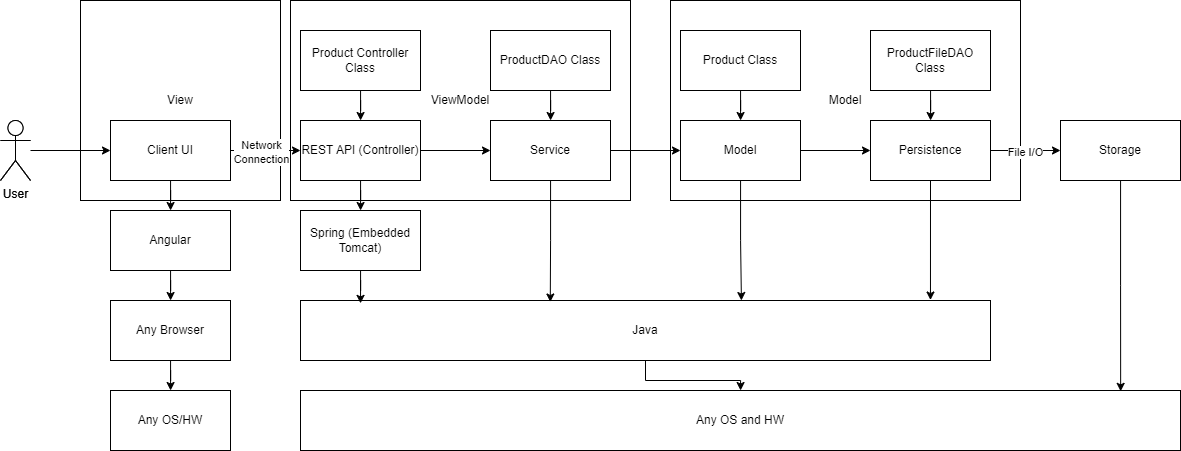
This is docs/architecture-tiers-and-layers.png from JJB8223/ShakeAndPour, a draw.io export, as it was before one commit. Source tidied: cells renumbered, new cells last; positions are measured from the earlier drawing's top-left corner, leaving out a move shared by most shapes. Its diagram source:
```xml
<mxGraphModel>
  <root>
    <mxCell id="0" />
    <mxCell id="1" parent="0" />
    <mxCell id="2" value="Model" style="rounded=0;whiteSpace=wrap;html=1;" parent="1" vertex="1">
      <mxGeometry x="670" width="350" height="200" as="geometry" />
    </mxCell>
    <mxCell id="3" value="ViewModel" style="rounded=0;whiteSpace=wrap;html=1;" parent="1" vertex="1">
      <mxGeometry x="290" width="340" height="200" as="geometry" />
    </mxCell>
    <mxCell id="4" value="View" style="whiteSpace=wrap;html=1;" parent="1" vertex="1">
      <mxGeometry x="80" width="200" height="200" as="geometry" />
    </mxCell>
    <mxCell id="5" value="Client UI" style="rounded=0;whiteSpace=wrap;html=1;" parent="1" vertex="1">
      <mxGeometry x="110" y="120" width="120" height="60" as="geometry" />
    </mxCell>
    <mxCell id="6" style="edgeStyle=orthogonalEdgeStyle;rounded=0;jettySize=auto;html=1;" parent="1" edge="1" source="7" target="9">
      <mxGeometry relative="1" as="geometry" />
    </mxCell>
    <mxCell id="7" value="Angular" style="rounded=0;whiteSpace=wrap;html=1;" parent="1" vertex="1">
      <mxGeometry x="110" y="210" width="120" height="60" as="geometry" />
    </mxCell>
    <mxCell id="8" style="edgeStyle=orthogonalEdgeStyle;rounded=0;jettySize=auto;html=1;" parent="1" edge="1" source="9" target="10">
      <mxGeometry relative="1" as="geometry" />
    </mxCell>
    <mxCell id="9" value="Any Browser" style="rounded=0;whiteSpace=wrap;html=1;" parent="1" vertex="1">
      <mxGeometry x="110" y="300" width="120" height="60" as="geometry" />
    </mxCell>
    <mxCell id="10" value="Any OS/HW" style="rounded=0;whiteSpace=wrap;html=1;" parent="1" vertex="1">
      <mxGeometry x="110" y="390" width="120" height="60" as="geometry" />
    </mxCell>
    <mxCell id="11" style="edgeStyle=orthogonalEdgeStyle;rounded=0;jettySize=auto;html=1;" parent="1" edge="1" source="13" target="14">
      <mxGeometry relative="1" as="geometry" />
    </mxCell>
    <mxCell id="12" style="edgeStyle=orthogonalEdgeStyle;rounded=0;jettySize=auto;html=1;" parent="1" edge="1" source="13" target="18">
      <mxGeometry relative="1" as="geometry" />
    </mxCell>
    <mxCell id="13" value="REST API (Controller)" style="rounded=0;whiteSpace=wrap;html=1;" parent="1" vertex="1">
      <mxGeometry x="300" y="120" width="120" height="60" as="geometry" />
    </mxCell>
    <mxCell id="14" value="Spring (Embedded Tomcat)" style="rounded=0;whiteSpace=wrap;html=1;" parent="1" vertex="1">
      <mxGeometry x="300" y="210" width="120" height="60" as="geometry" />
    </mxCell>
    <mxCell id="15" style="edgeStyle=orthogonalEdgeStyle;rounded=0;jettySize=auto;html=1;" parent="1" edge="1" source="16" target="5">
      <mxGeometry relative="1" as="geometry" />
    </mxCell>
    <mxCell id="16" value="User" style="shape=umlActor;verticalLabelPosition=bottom;verticalAlign=top;html=1;outlineConnect=0;" parent="1" vertex="1">
      <mxGeometry y="120" width="30" height="60" as="geometry" />
    </mxCell>
    <mxCell id="17" style="edgeStyle=orthogonalEdgeStyle;rounded=0;jettySize=auto;html=1;" parent="1" edge="1" source="18" target="22">
      <mxGeometry relative="1" as="geometry" />
    </mxCell>
    <mxCell id="18" value="Service" style="rounded=0;whiteSpace=wrap;html=1;" parent="1" vertex="1">
      <mxGeometry x="490" y="120" width="120" height="60" as="geometry" />
    </mxCell>
    <mxCell id="19" style="edgeStyle=orthogonalEdgeStyle;rounded=0;jettySize=auto;html=1;" parent="1" edge="1" source="20" target="29">
      <mxGeometry relative="1" as="geometry" />
    </mxCell>
    <mxCell id="20" value="Java" style="rounded=0;whiteSpace=wrap;html=1;" parent="1" vertex="1">
      <mxGeometry x="300" y="300" width="690" height="60" as="geometry" />
    </mxCell>
    <mxCell id="21" style="edgeStyle=orthogonalEdgeStyle;rounded=0;jettySize=auto;html=1;" parent="1" edge="1" source="22" target="25">
      <mxGeometry relative="1" as="geometry" />
    </mxCell>
    <mxCell id="22" value="Model" style="rounded=0;whiteSpace=wrap;html=1;" parent="1" vertex="1">
      <mxGeometry x="680" y="120" width="120" height="60" as="geometry" />
    </mxCell>
    <mxCell id="23" style="edgeStyle=orthogonalEdgeStyle;rounded=0;jettySize=auto;html=1;" parent="1" edge="1" source="25" target="28">
      <mxGeometry relative="1" as="geometry" />
    </mxCell>
    <mxCell id="24" value="File I/O" style="edgeLabel;html=1;align=center;verticalAlign=middle;" parent="23" vertex="1">
      <mxGeometry y="-1" relative="1" as="geometry" />
    </mxCell>
    <mxCell id="25" value="Persistence" style="rounded=0;whiteSpace=wrap;html=1;" parent="1" vertex="1">
      <mxGeometry x="870" y="120" width="120" height="60" as="geometry" />
    </mxCell>
    <mxCell id="26" value="User" style="shape=umlActor;verticalLabelPosition=bottom;verticalAlign=top;html=1;" parent="1" vertex="1">
      <mxGeometry y="120" width="30" height="60" as="geometry" />
    </mxCell>
    <mxCell id="27" value="Client UI" style="rounded=0;whiteSpace=wrap;html=1;" parent="1" vertex="1">
      <mxGeometry x="110" y="120" width="120" height="60" as="geometry" />
    </mxCell>
    <mxCell id="28" value="Storage" style="rounded=0;whiteSpace=wrap;html=1;" parent="1" vertex="1">
      <mxGeometry x="1060" y="120" width="120" height="60" as="geometry" />
    </mxCell>
    <mxCell id="29" value="Any OS and HW" style="rounded=0;whiteSpace=wrap;html=1;" parent="1" vertex="1">
      <mxGeometry x="300" y="390" width="880" height="60" as="geometry" />
    </mxCell>
    <mxCell id="30" style="edgeStyle=orthogonalEdgeStyle;rounded=0;jettySize=auto;html=1;entryX=0.932;entryY=0.014;entryDx=0;entryDy=0;entryPerimeter=0;" parent="1" edge="1" source="28" target="29">
      <mxGeometry relative="1" as="geometry" />
    </mxCell>
    <mxCell id="31" style="edgeStyle=orthogonalEdgeStyle;rounded=0;jettySize=auto;html=1;" parent="1" edge="1" source="27" target="13">
      <mxGeometry relative="1" as="geometry" />
    </mxCell>
    <mxCell id="32" value="Network&lt;br&gt;Connection" style="edgeLabel;html=1;align=center;verticalAlign=middle;" parent="31" vertex="1">
      <mxGeometry x="-0.11" y="-1" relative="1" as="geometry" />
    </mxCell>
    <mxCell id="33" style="edgeStyle=orthogonalEdgeStyle;rounded=0;jettySize=auto;html=1;" parent="1" edge="1" source="27" target="7">
      <mxGeometry relative="1" as="geometry" />
    </mxCell>
    <mxCell id="34" style="edgeStyle=orthogonalEdgeStyle;rounded=0;jettySize=auto;html=1;entryX=0.087;entryY=0.048;entryDx=0;entryDy=0;entryPerimeter=0;" parent="1" edge="1" source="14" target="20">
      <mxGeometry relative="1" as="geometry" />
    </mxCell>
    <mxCell id="35" style="edgeStyle=orthogonalEdgeStyle;rounded=0;jettySize=auto;html=1;exitX=0.5;exitY=1;exitDx=0;exitDy=0;entryX=0.913;entryY=-0.008;entryDx=0;entryDy=0;entryPerimeter=0;" parent="1" edge="1" source="25" target="20">
      <mxGeometry relative="1" as="geometry" />
    </mxCell>
    <mxCell id="36" style="edgeStyle=orthogonalEdgeStyle;rounded=0;jettySize=auto;html=1;entryX=0.362;entryY=0.025;entryDx=0;entryDy=0;entryPerimeter=0;" parent="1" edge="1" source="18" target="20">
      <mxGeometry relative="1" as="geometry" />
    </mxCell>
    <mxCell id="37" style="edgeStyle=orthogonalEdgeStyle;rounded=0;jettySize=auto;html=1;entryX=0.639;entryY=0;entryDx=0;entryDy=0;entryPerimeter=0;" parent="1" edge="1" source="22" target="20">
      <mxGeometry relative="1" as="geometry" />
    </mxCell>
    <mxCell id="38" style="edgeStyle=orthogonalEdgeStyle;rounded=0;jettySize=auto;html=1;" parent="1" edge="1" source="39" target="13">
      <mxGeometry relative="1" as="geometry" />
    </mxCell>
    <mxCell id="39" value="Product Controller Class" style="rounded=0;whiteSpace=wrap;html=1;" parent="1" vertex="1">
      <mxGeometry x="300" y="30" width="120" height="60" as="geometry" />
    </mxCell>
    <mxCell id="40" style="edgeStyle=orthogonalEdgeStyle;rounded=0;jettySize=auto;html=1;" parent="1" edge="1" source="41" target="22">
      <mxGeometry relative="1" as="geometry" />
    </mxCell>
    <mxCell id="41" value="Product Class" style="rounded=0;whiteSpace=wrap;html=1;" parent="1" vertex="1">
      <mxGeometry x="680" y="30" width="120" height="60" as="geometry" />
    </mxCell>
    <mxCell id="42" style="edgeStyle=orthogonalEdgeStyle;rounded=0;jettySize=auto;html=1;" parent="1" edge="1" source="43" target="25">
      <mxGeometry relative="1" as="geometry" />
    </mxCell>
    <mxCell id="43" value="ProductFileDAO Class" style="rounded=0;whiteSpace=wrap;html=1;" parent="1" vertex="1">
      <mxGeometry x="870" y="30" width="120" height="60" as="geometry" />
    </mxCell>
    <mxCell id="44" style="edgeStyle=orthogonalEdgeStyle;rounded=0;jettySize=auto;html=1;" parent="1" edge="1" source="45" target="18">
      <mxGeometry relative="1" as="geometry" />
    </mxCell>
    <mxCell id="45" value="ProductDAO Class" style="rounded=0;whiteSpace=wrap;html=1;" parent="1" vertex="1">
      <mxGeometry x="490" y="30" width="120" height="60" as="geometry" />
    </mxCell>
  </root>
</mxGraphModel>
```
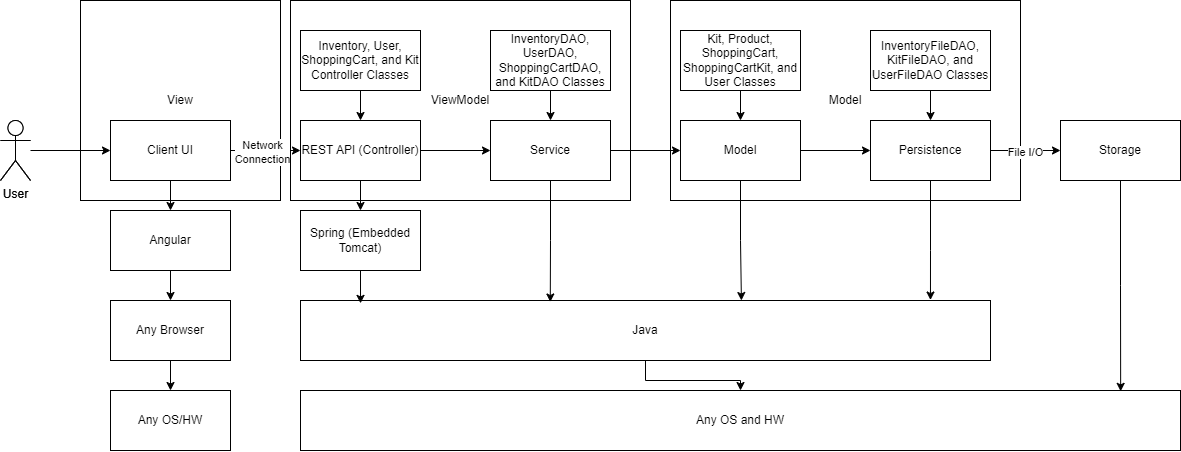
Above is the later version.

Commit message:
New tiers pic'

What changed in the source:
```diff
@@ -102,7 +102,12 @@
       <mxGeometry relative="1" as="geometry" />
     </mxCell>
     <mxCell id="35" style="edgeStyle=orthogonalEdgeStyle;rounded=0;jettySize=auto;html=1;exitX=0.5;exitY=1;exitDx=0;exitDy=0;entryX=0.913;entryY=-0.008;entryDx=0;entryDy=0;entryPerimeter=0;" parent="1" edge="1" source="25" target="20">
-      <mxGeometry relative="1" as="geometry" />
+      <mxGeometry relative="1" as="geometry">
+        <Array as="points">
+          <mxPoint x="930" y="250" />
+          <mxPoint x="930" y="250" />
+        </Array>
+      </mxGeometry>
     </mxCell>
     <mxCell id="36" style="edgeStyle=orthogonalEdgeStyle;rounded=0;jettySize=auto;html=1;entryX=0.362;entryY=0.025;entryDx=0;entryDy=0;entryPerimeter=0;" parent="1" edge="1" source="18" target="20">
       <mxGeometry relative="1" as="geometry" />
@@ -113,25 +118,25 @@
     <mxCell id="38" style="edgeStyle=orthogonalEdgeStyle;rounded=0;jettySize=auto;html=1;" parent="1" edge="1" source="39" target="13">
       <mxGeometry relative="1" as="geometry" />
     </mxCell>
-    <mxCell id="39" value="Product Controller Class" style="rounded=0;whiteSpace=wrap;html=1;" parent="1" vertex="1">
+    <mxCell id="39" value="Inventory, User, ShoppingCart, and Kit Controller Classes" style="rounded=0;whiteSpace=wrap;html=1;" parent="1" vertex="1">
       <mxGeometry x="300" y="30" width="120" height="60" as="geometry" />
     </mxCell>
     <mxCell id="40" style="edgeStyle=orthogonalEdgeStyle;rounded=0;jettySize=auto;html=1;" parent="1" edge="1" source="41" target="22">
       <mxGeometry relative="1" as="geometry" />
     </mxCell>
-    <mxCell id="41" value="Product Class" style="rounded=0;whiteSpace=wrap;html=1;" parent="1" vertex="1">
+    <mxCell id="41" value="Kit, Product, ShoppingCart, ShoppingCartKit, and User Classes" style="rounded=0;whiteSpace=wrap;html=1;" parent="1" vertex="1">
       <mxGeometry x="680" y="30" width="120" height="60" as="geometry" />
     </mxCell>
     <mxCell id="42" style="edgeStyle=orthogonalEdgeStyle;rounded=0;jettySize=auto;html=1;" parent="1" edge="1" source="43" target="25">
       <mxGeometry relative="1" as="geometry" />
     </mxCell>
-    <mxCell id="43" value="ProductFileDAO Class" style="rounded=0;whiteSpace=wrap;html=1;" parent="1" vertex="1">
+    <mxCell id="43" value="InventoryFileDAO, KitFileDAO, and UserFileDAO&amp;nbsp;Classes" style="rounded=0;whiteSpace=wrap;html=1;" parent="1" vertex="1">
       <mxGeometry x="870" y="30" width="120" height="60" as="geometry" />
     </mxCell>
     <mxCell id="44" style="edgeStyle=orthogonalEdgeStyle;rounded=0;jettySize=auto;html=1;" parent="1" edge="1" source="45" target="18">
       <mxGeometry relative="1" as="geometry" />
     </mxCell>
-    <mxCell id="45" value="ProductDAO Class" style="rounded=0;whiteSpace=wrap;html=1;" parent="1" vertex="1">
+    <mxCell id="45" value="InventoryDAO, UserDAO, ShoppingCartDAO, and KitDAO Classes" style="rounded=0;whiteSpace=wrap;html=1;" parent="1" vertex="1">
       <mxGeometry x="490" y="30" width="120" height="60" as="geometry" />
     </mxCell>
   </root>
```
